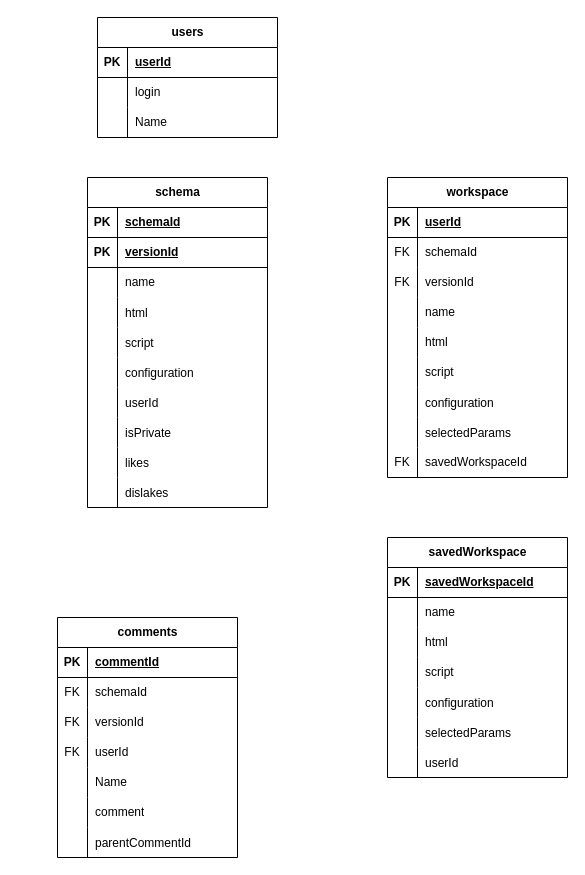
The draw.io diagram MGR.drawio in MBiel7/diagrams, before the edit. Source tidied: cells renumbered, new cells numbered last; positions are measured from the earlier drawing's top-left corner, leaving out a move shared by most shapes. Both pictures are drawn from the tidied source at 100%, with x=0, y=0 at pixel (57, 17).
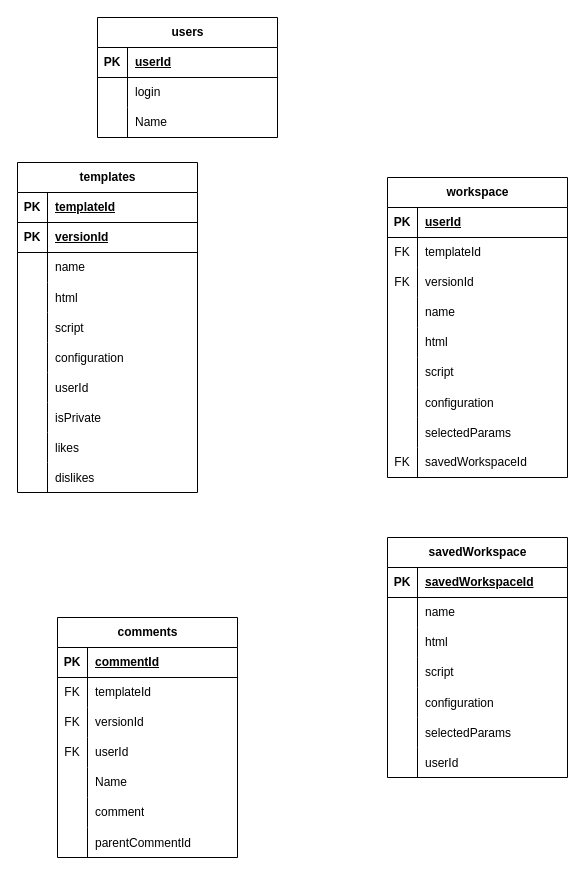
The same diagram, later.

The change refers to these unchanged cells:
```xml
<mxCell id="3" style="shape=tableRow;horizontal=0;startSize=0;swimlaneHead=0;swimlaneBody=0;fillColor=none;top=0;left=0;right=0;bottom=1;" parent="2" vertex="1">
  <mxGeometry y="30" width="180" height="30" as="geometry" />
</mxCell>
<mxCell id="30" style="shape=tableRow;horizontal=0;startSize=0;swimlaneHead=0;swimlaneBody=0;fillColor=none;top=0;left=0;right=0;bottom=0;" parent="2" vertex="1">
  <mxGeometry y="300" width="180" height="30" as="geometry" />
</mxCell>
<mxCell id="37" style="shape=tableRow;horizontal=0;startSize=0;swimlaneHead=0;swimlaneBody=0;fillColor=none;top=0;left=0;right=0;bottom=0;" parent="33" vertex="1">
  <mxGeometry y="60" width="180" height="30" as="geometry" />
</mxCell>
<mxCell id="97" style="shape=tableRow;horizontal=0;startSize=0;swimlaneHead=0;swimlaneBody=0;fillColor=none;top=0;left=0;right=0;bottom=0;" parent="93" vertex="1">
  <mxGeometry y="60" width="180" height="30" as="geometry" />
</mxCell>
```

The edit, as a diff of the source:
```diff
@@
-    <mxCell id="2" value="schema" style="shape=table;startSize=30;childLayout=tableLayout;rowLines=0;fontStyle=1;align=center;html=1;" parent="1" vertex="1">
-      <mxGeometry x="30" y="160" width="180" height="330" as="geometry" />
+    <mxCell id="2" value="templates" style="shape=table;startSize=30;childLayout=tableLayout;rowLines=0;fontStyle=1;align=center;html=1;" parent="1" vertex="1">
+      <mxGeometry x="-40" y="145" width="180" height="330" as="geometry" />
     </mxCell>
@@
-    <mxCell id="5" value="schemaId" style="shape=partialRectangle;fillColor=none;top=0;left=0;bottom=0;right=0;align=left;spacingLeft=6;fontStyle=5;overflow=hidden;whiteSpace=wrap;html=1;" parent="3" vertex="1">
+    <mxCell id="5" value="templateId" style="shape=partialRectangle;fillColor=none;top=0;left=0;bottom=0;right=0;align=left;spacingLeft=6;fontStyle=5;overflow=hidden;whiteSpace=wrap;html=1;" parent="3" vertex="1">
       <mxGeometry x="30" width="150" height="30" as="geometry" />
     </mxCell>
@@
-    <mxCell id="32" value="dislakes" style="shape=partialRectangle;fillColor=none;top=0;left=0;bottom=0;right=0;align=left;spacingLeft=6;overflow=hidden;" parent="30" vertex="1">
+    <mxCell id="32" value="dislikes" style="shape=partialRectangle;fillColor=none;top=0;left=0;bottom=0;right=0;align=left;spacingLeft=6;overflow=hidden;" parent="30" vertex="1">
       <mxGeometry x="30" width="150" height="30" as="geometry" />
     </mxCell>
@@
-    <mxCell id="39" value="schemaId" style="shape=partialRectangle;fillColor=none;top=0;left=0;bottom=0;right=0;align=left;spacingLeft=6;fontStyle=0;overflow=hidden;whiteSpace=wrap;html=1;" parent="37" vertex="1">
+    <mxCell id="39" value="templateId" style="shape=partialRectangle;fillColor=none;top=0;left=0;bottom=0;right=0;align=left;spacingLeft=6;fontStyle=0;overflow=hidden;whiteSpace=wrap;html=1;" parent="37" vertex="1">
       <mxGeometry x="30" width="150" height="30" as="geometry" />
     </mxCell>
@@
-    <mxCell id="99" value="schemaId" style="shape=partialRectangle;fillColor=none;top=0;left=0;bottom=0;right=0;align=left;spacingLeft=6;fontStyle=0;overflow=hidden;whiteSpace=wrap;html=1;" parent="97" vertex="1">
+    <mxCell id="99" value="templateId" style="shape=partialRectangle;fillColor=none;top=0;left=0;bottom=0;right=0;align=left;spacingLeft=6;fontStyle=0;overflow=hidden;whiteSpace=wrap;html=1;" parent="97" vertex="1">
       <mxGeometry x="30" width="150" height="30" as="geometry" />
     </mxCell>
```
